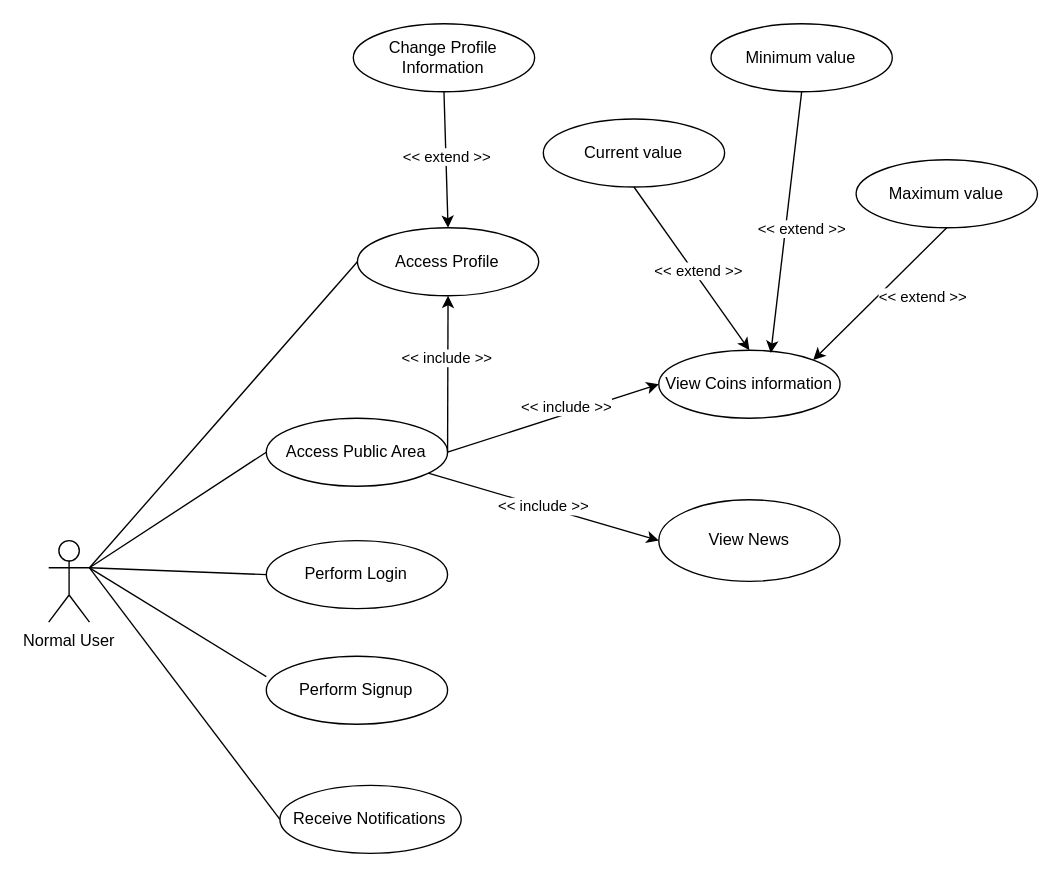
Above: page "Normal User" (3 of 4) of Use_Case.drawio in bgabrielma/ES_Project (draw.io), before the change. Source tidied: cells renumbered, new cells numbered last; positions are measured from the earlier drawing's top-left corner, leaving out a move shared by most shapes. Both pictures are drawn from the tidied source at 136%, with x=0, y=0 at pixel (48, 23).
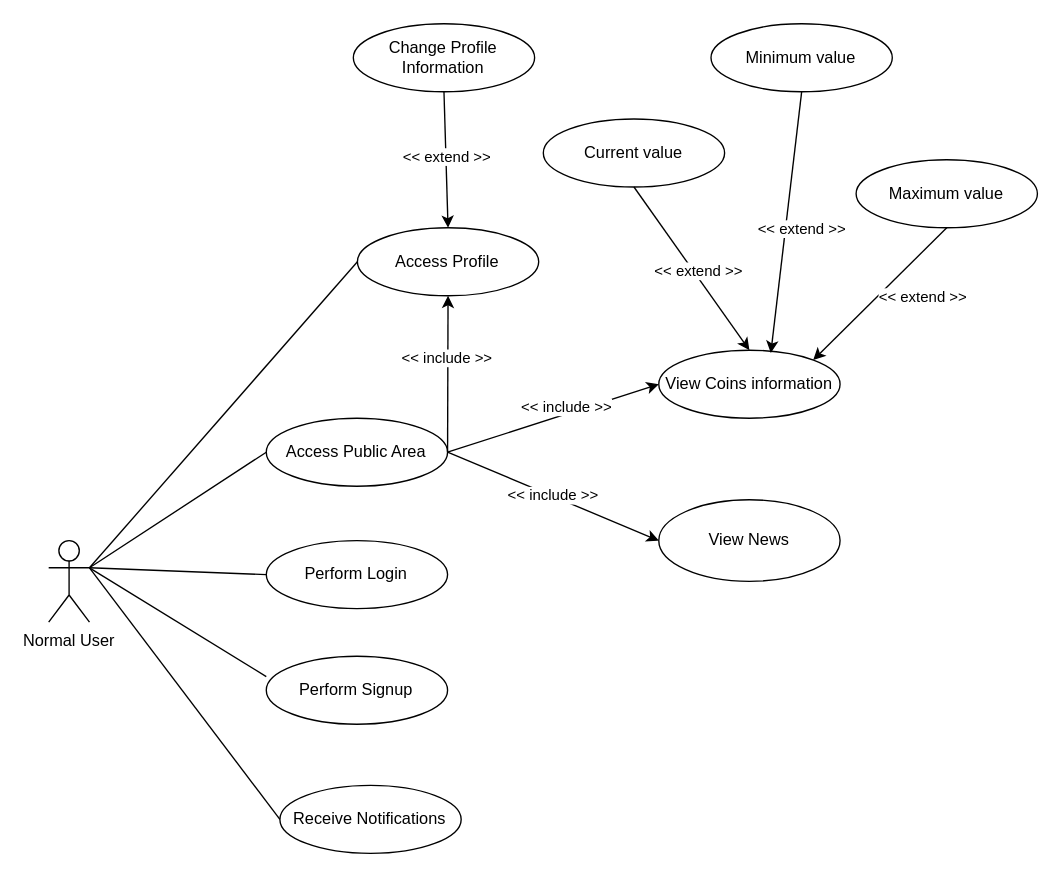
The same diagram, later.

The change refers to these unchanged cells:
```xml
<mxCell id="3" value="Access Public Area" style="ellipse;whiteSpace=wrap;html=1;" parent="1" vertex="1">
  <mxGeometry x="160.3" y="290" width="133.3" height="50" as="geometry" />
</mxCell>
<mxCell id="10" value="View News" style="ellipse;whiteSpace=wrap;html=1;" parent="1" vertex="1">
  <mxGeometry x="448.9" y="350" width="133.3" height="60" as="geometry" />
</mxCell>
```

Change to the diagram source:
```diff
@@
-    <mxCell id="13" value="&amp;lt;&amp;lt; include &amp;gt;&amp;gt;" style="endArrow=classic;html=1;rounded=0;entryX=0;entryY=0.5;entryDx=0;entryDy=0;" parent="1" edge="1" source="3" target="10">
+    <mxCell id="13" value="&amp;lt;&amp;lt; include &amp;gt;&amp;gt;" style="endArrow=classic;html=1;rounded=0;entryX=0;entryY=0.5;entryDx=0;entryDy=0;exitX=1;exitY=0.5;exitDx=0;exitDy=0;" parent="1" edge="1" source="3" target="10">
       <mxGeometry relative="1" as="geometry" />
     </mxCell>
```
